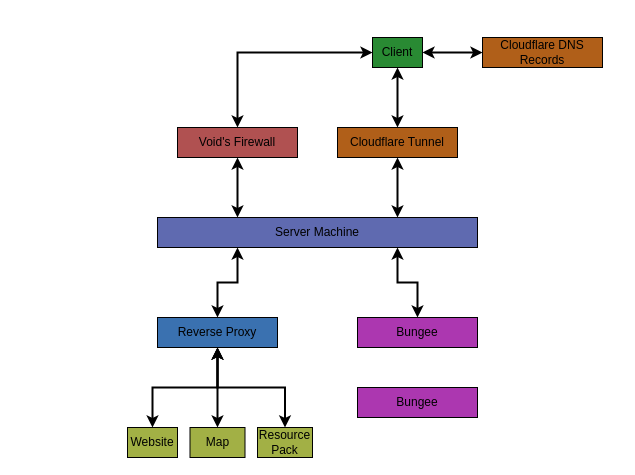
Before: image/infrastructure.drawio in metamechanists/MetaSite, a draw.io diagram. Source tidied: cells renumbered, new cells numbered last; positions are measured from the earlier drawing's top-left corner, leaving out a move shared by most shapes. Both pictures are drawn from the tidied source at 100%, with x=0, y=0 at pixel (127, 37).
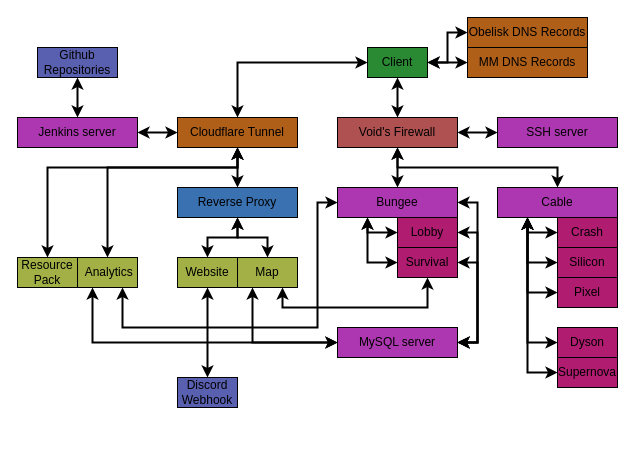
Above is the later version.

What changed in the source:
```diff
@@
-    <mxCell id="2" style="edgeStyle=orthogonalEdgeStyle;rounded=0;jettySize=auto;html=1;entryX=0.5;entryY=0;entryDx=0;entryDy=0;startArrow=classic;startFill=1;strokeWidth=2;" parent="1" edge="1" source="5" target="8">
-      <mxGeometry relative="1" as="geometry" />
+    <mxCell id="2" style="edgeStyle=orthogonalEdgeStyle;rounded=0;jettySize=auto;html=1;startArrow=classic;startFill=1;strokeWidth=2;" parent="1" edge="1" source="5">
+      <mxGeometry relative="1" as="geometry">
+        <mxPoint x="270" y="80" as="targetPoint" />
+      </mxGeometry>
     </mxCell>
@@
-    <mxCell id="4" style="edgeStyle=orthogonalEdgeStyle;rounded=0;jettySize=auto;html=1;strokeWidth=2;startArrow=classic;startFill=1;" parent="1" edge="1" source="5" target="10">
+    <mxCell id="4" style="edgeStyle=orthogonalEdgeStyle;rounded=0;jettySize=auto;html=1;strokeWidth=2;startArrow=classic;startFill=1;entryX=0.5;entryY=0;entryDx=0;entryDy=0;" parent="1" edge="1" source="5" target="8">
       <mxGeometry relative="1" as="geometry" />
     </mxCell>
+    <mxCell id="23" style="edgeStyle=orthogonalEdgeStyle;rounded=0;jettySize=auto;html=1;entryX=0;entryY=0.5;entryDx=0;entryDy=0;strokeWidth=2;startArrow=classic;startFill=1;" parent="1" edge="1" source="5" target="59">
+      <mxGeometry relative="1" as="geometry" />
+    </mxCell>
     <mxCell id="5" value="Client" style="rounded=0;whiteSpace=wrap;html=1;fillColor=#298A33;" parent="1" vertex="1">
-      <mxGeometry x="245" width="50" height="30" as="geometry" />
+      <mxGeometry x="240" y="10" width="60" height="30" as="geometry" />
     </mxCell>
-    <mxCell id="6" value="Cloudflare DNS Records" style="rounded=0;whiteSpace=wrap;html=1;fillColor=#B05F19;" parent="1" vertex="1">
-      <mxGeometry x="355" width="120" height="30" as="geometry" />
+    <mxCell id="6" value="MM DNS Records" style="rounded=0;whiteSpace=wrap;html=1;fillColor=#B05F19;" parent="1" vertex="1">
+      <mxGeometry x="340" y="10" width="120" height="30" as="geometry" />
     </mxCell>
-    <mxCell id="7" style="edgeStyle=orthogonalEdgeStyle;rounded=0;jettySize=auto;html=1;entryX=0.75;entryY=0;entryDx=0;entryDy=0;strokeWidth=2;startArrow=classic;startFill=1;" parent="1" edge="1" source="8" target="13">
-      <mxGeometry relative="1" as="geometry" />
-    </mxCell>
+    <mxCell id="24" style="edgeStyle=orthogonalEdgeStyle;rounded=0;jettySize=auto;html=1;entryX=0.5;entryY=0;entryDx=0;entryDy=0;strokeWidth=2;startArrow=classic;startFill=1;" parent="1" edge="1" source="8" target="51">
+      <mxGeometry relative="1" as="geometry">
+        <Array as="points">
+          <mxPoint x="110" y="130" />
+          <mxPoint x="-20" y="130" />
+        </Array>
+      </mxGeometry>
+    </mxCell>
+    <mxCell id="25" style="edgeStyle=orthogonalEdgeStyle;rounded=0;jettySize=auto;html=1;entryX=0.5;entryY=0;entryDx=0;entryDy=0;strokeWidth=2;startArrow=classic;startFill=1;" parent="1" edge="1" source="8" target="20">
+      <mxGeometry relative="1" as="geometry">
+        <Array as="points">
+          <mxPoint x="110" y="130" />
+          <mxPoint x="-80" y="130" />
+        </Array>
+      </mxGeometry>
+    </mxCell>
+    <mxCell id="26" style="edgeStyle=orthogonalEdgeStyle;rounded=0;jettySize=auto;html=1;entryX=1;entryY=0.5;entryDx=0;entryDy=0;strokeWidth=2;startArrow=classic;startFill=1;" parent="1" edge="1" source="8" target="58">
+      <mxGeometry relative="1" as="geometry" />
+    </mxCell>
     <mxCell id="8" value="Cloudflare Tunnel" style="rounded=0;whiteSpace=wrap;html=1;fillColor=#B05F19;" parent="1" vertex="1">
-      <mxGeometry x="210" y="90" width="120" height="30" as="geometry" />
+      <mxGeometry x="50" y="80" width="120" height="30" as="geometry" />
     </mxCell>
-    <mxCell id="9" style="edgeStyle=orthogonalEdgeStyle;rounded=0;jettySize=auto;html=1;entryX=0.25;entryY=0;entryDx=0;entryDy=0;strokeWidth=2;startArrow=classic;startFill=1;" parent="1" edge="1" source="10" target="13">
-      <mxGeometry relative="1" as="geometry" />
-    </mxCell>
+    <mxCell id="27" style="edgeStyle=orthogonalEdgeStyle;rounded=0;jettySize=auto;html=1;strokeWidth=2;startArrow=classic;startFill=1;" parent="1" edge="1" source="10" target="21">
+      <mxGeometry relative="1" as="geometry" />
+    </mxCell>
+    <mxCell id="28" style="edgeStyle=orthogonalEdgeStyle;rounded=0;jettySize=auto;html=1;strokeWidth=2;startArrow=classic;startFill=1;entryX=0.5;entryY=0;entryDx=0;entryDy=0;" parent="1" edge="1" source="10" target="44">
+      <mxGeometry relative="1" as="geometry">
+        <Array as="points">
+          <mxPoint x="270" y="130" />
+          <mxPoint x="430" y="130" />
+        </Array>
+      </mxGeometry>
+    </mxCell>
+    <mxCell id="29" style="edgeStyle=orthogonalEdgeStyle;rounded=0;jettySize=auto;html=1;strokeWidth=2;startArrow=classic;startFill=1;" parent="1" edge="1" source="10" target="56">
+      <mxGeometry relative="1" as="geometry" />
+    </mxCell>
     <mxCell id="10" value="Void's Firewall" style="rounded=0;whiteSpace=wrap;html=1;fillColor=#B05151;" parent="1" vertex="1">
-      <mxGeometry x="50" y="90" width="120" height="30" as="geometry" />
+      <mxGeometry x="210" y="80" width="120" height="30" as="geometry" />
     </mxCell>
-    <mxCell id="11" style="edgeStyle=orthogonalEdgeStyle;rounded=0;jettySize=auto;html=1;exitX=0.25;exitY=1;exitDx=0;exitDy=0;strokeWidth=2;startArrow=classic;startFill=1;" parent="1" edge="1" source="13" target="17">
+    <mxCell id="11" style="edgeStyle=orthogonalEdgeStyle;rounded=0;jettySize=auto;html=1;exitX=0.5;exitY=1;exitDx=0;exitDy=0;strokeWidth=2;startArrow=classic;startFill=1;" parent="1" edge="1" source="8" target="17">
       <mxGeometry relative="1" as="geometry" />
     </mxCell>
-    <mxCell id="12" style="edgeStyle=orthogonalEdgeStyle;rounded=0;jettySize=auto;html=1;exitX=0.75;exitY=1;exitDx=0;exitDy=0;strokeWidth=2;startArrow=classic;startFill=1;" parent="1" edge="1" source="13" target="21">
-      <mxGeometry relative="1" as="geometry" />
-    </mxCell>
-    <mxCell id="13" value="Server Machine" style="rounded=0;whiteSpace=wrap;html=1;fillColor=#5F6AB0;fontStyle=0;" parent="1" vertex="1">
-      <mxGeometry x="30" y="180" width="320" height="30" as="geometry" />
-    </mxCell>
-    <mxCell id="14" style="edgeStyle=orthogonalEdgeStyle;rounded=0;jettySize=auto;html=1;strokeWidth=2;startArrow=classic;startFill=1;" parent="1" edge="1" source="17" target="18">
-      <mxGeometry relative="1" as="geometry" />
-    </mxCell>
-    <mxCell id="15" style="edgeStyle=orthogonalEdgeStyle;rounded=0;jettySize=auto;html=1;strokeWidth=2;startArrow=classic;startFill=1;" parent="1" edge="1" source="17" target="19">
-      <mxGeometry relative="1" as="geometry" />
-    </mxCell>
-    <mxCell id="16" style="edgeStyle=orthogonalEdgeStyle;rounded=0;jettySize=auto;html=1;entryX=0.5;entryY=0;entryDx=0;entryDy=0;strokeWidth=2;startArrow=classic;startFill=1;" parent="1" edge="1" source="17" target="20">
-      <mxGeometry relative="1" as="geometry" />
-    </mxCell>
     <mxCell id="17" value="Reverse Proxy" style="rounded=0;whiteSpace=wrap;html=1;fillColor=#3A71B0;fontStyle=0;" parent="1" vertex="1">
-      <mxGeometry x="30" y="280" width="120" height="30" as="geometry" />
+      <mxGeometry x="50" y="150" width="120" height="30" as="geometry" />
     </mxCell>
+    <mxCell id="30" style="edgeStyle=orthogonalEdgeStyle;rounded=0;jettySize=auto;html=1;strokeWidth=2;startArrow=classic;startFill=1;" parent="1" edge="1" source="18" target="17">
+      <mxGeometry relative="1" as="geometry" />
+    </mxCell>
     <mxCell id="18" value="Map" style="rounded=0;whiteSpace=wrap;html=1;fillColor=#A2B045;fontStyle=0;" parent="1" vertex="1">
-      <mxGeometry x="62.5" y="390" width="55" height="30" as="geometry" />
+      <mxGeometry x="110" y="220" width="60" height="30" as="geometry" />
     </mxCell>
+    <mxCell id="31" style="edgeStyle=orthogonalEdgeStyle;rounded=0;jettySize=auto;html=1;entryX=0.5;entryY=1;entryDx=0;entryDy=0;strokeWidth=2;startArrow=classic;startFill=1;exitX=0.5;exitY=0;exitDx=0;exitDy=0;" parent="1" edge="1" source="19" target="17">
+      <mxGeometry relative="1" as="geometry">
+        <Array as="points">
+          <mxPoint x="80" y="200" />
+          <mxPoint x="110" y="200" />
+        </Array>
+      </mxGeometry>
+    </mxCell>
+    <mxCell id="32" style="edgeStyle=orthogonalEdgeStyle;rounded=0;jettySize=auto;html=1;entryX=0.5;entryY=0;entryDx=0;entryDy=0;strokeWidth=2;startArrow=classic;startFill=1;" parent="1" edge="1" source="19" target="60">
+      <mxGeometry relative="1" as="geometry" />
+    </mxCell>
     <mxCell id="19" value="Website" style="rounded=0;whiteSpace=wrap;html=1;fillColor=#A2B045;fontStyle=0;" parent="1" vertex="1">
-      <mxGeometry y="390" width="50" height="30" as="geometry" />
+      <mxGeometry x="50" y="220" width="60" height="30" as="geometry" />
     </mxCell>
     <mxCell id="20" value="Resource&lt;br&gt;Pack" style="rounded=0;whiteSpace=wrap;html=1;fillColor=#A2B045;fontStyle=0;" parent="1" vertex="1">
-      <mxGeometry x="130" y="390" width="55" height="30" as="geometry" />
+      <mxGeometry x="-110" y="220" width="60" height="30" as="geometry" />
     </mxCell>
+    <mxCell id="33" style="edgeStyle=orthogonalEdgeStyle;rounded=0;jettySize=auto;html=1;exitX=0.25;exitY=1;exitDx=0;exitDy=0;entryX=0;entryY=0.5;entryDx=0;entryDy=0;strokeWidth=2;startArrow=classic;startFill=1;" parent="1" edge="1" source="21" target="22">
+      <mxGeometry relative="1" as="geometry">
+        <Array as="points">
+          <mxPoint x="240" y="195" />
+        </Array>
+      </mxGeometry>
+    </mxCell>
+    <mxCell id="34" style="edgeStyle=orthogonalEdgeStyle;rounded=0;jettySize=auto;html=1;exitX=0.25;exitY=1;exitDx=0;exitDy=0;entryX=0;entryY=0.5;entryDx=0;entryDy=0;strokeWidth=2;startArrow=classic;startFill=1;" parent="1" edge="1" source="21" target="38">
+      <mxGeometry relative="1" as="geometry" />
+    </mxCell>
     <mxCell id="21" value="Bungee" style="rounded=0;whiteSpace=wrap;html=1;fillColor=#AC37B0;fontStyle=0;" parent="1" vertex="1">
-      <mxGeometry x="230" y="280" width="120" height="30" as="geometry" />
+      <mxGeometry x="210" y="150" width="120" height="30" as="geometry" />
     </mxCell>
+    <mxCell id="35" style="edgeStyle=orthogonalEdgeStyle;rounded=0;jettySize=auto;html=1;entryX=1;entryY=0.5;entryDx=0;entryDy=0;strokeWidth=2;startArrow=classic;startFill=1;" parent="1" edge="1" source="22" target="55">
+      <mxGeometry relative="1" as="geometry">
+        <Array as="points">
+          <mxPoint x="350" y="195" />
+          <mxPoint x="350" y="305" />
+        </Array>
+      </mxGeometry>
+    </mxCell>
-    <mxCell id="22" value="Bungee" style="rounded=0;whiteSpace=wrap;html=1;fillColor=#AC37B0;fontStyle=0;" parent="1" vertex="1">
-      <mxGeometry x="230" y="350" width="120" height="30" as="geometry" />
+    <mxCell id="22" value="Lobby" style="rounded=0;whiteSpace=wrap;html=1;fillColor=#B01C70;fontStyle=0;" parent="1" vertex="1">
+      <mxGeometry x="270" y="180" width="60" height="30" as="geometry" />
     </mxCell>
+    <mxCell id="36" style="edgeStyle=orthogonalEdgeStyle;rounded=0;jettySize=auto;html=1;strokeWidth=2;startArrow=classic;startFill=1;entryX=0.75;entryY=1;entryDx=0;entryDy=0;" parent="1" edge="1" source="38" target="18">
+      <mxGeometry relative="1" as="geometry">
+        <Array as="points">
+          <mxPoint x="300" y="270" />
+          <mxPoint x="155" y="270" />
+        </Array>
+      </mxGeometry>
+    </mxCell>
+    <mxCell id="37" style="edgeStyle=orthogonalEdgeStyle;rounded=0;jettySize=auto;html=1;entryX=1;entryY=0.5;entryDx=0;entryDy=0;strokeWidth=2;startArrow=classic;startFill=1;" parent="1" edge="1" source="38" target="55">
+      <mxGeometry relative="1" as="geometry">
+        <Array as="points">
+          <mxPoint x="350" y="225" />
+          <mxPoint x="350" y="305" />
+        </Array>
+      </mxGeometry>
+    </mxCell>
+    <mxCell id="38" value="Survival" style="rounded=0;whiteSpace=wrap;html=1;fillColor=#B01C70;fontStyle=0;" parent="1" vertex="1">
+      <mxGeometry x="270" y="210" width="60" height="30" as="geometry" />
+    </mxCell>
+    <mxCell id="39" style="edgeStyle=orthogonalEdgeStyle;rounded=0;jettySize=auto;html=1;exitX=0.25;exitY=1;exitDx=0;exitDy=0;entryX=0;entryY=0.5;entryDx=0;entryDy=0;strokeWidth=2;startArrow=classic;startFill=1;" parent="1" edge="1" source="44" target="46">
+      <mxGeometry relative="1" as="geometry">
+        <Array as="points">
+          <mxPoint x="400" y="195" />
+        </Array>
+      </mxGeometry>
+    </mxCell>
+    <mxCell id="40" style="edgeStyle=orthogonalEdgeStyle;rounded=0;jettySize=auto;html=1;exitX=0.25;exitY=1;exitDx=0;exitDy=0;entryX=0;entryY=0.5;entryDx=0;entryDy=0;strokeWidth=2;startArrow=classic;startFill=1;" parent="1" edge="1" source="44" target="45">
+      <mxGeometry relative="1" as="geometry" />
+    </mxCell>
+    <mxCell id="41" style="edgeStyle=orthogonalEdgeStyle;rounded=0;jettySize=auto;html=1;exitX=0.25;exitY=1;exitDx=0;exitDy=0;entryX=0;entryY=0.5;entryDx=0;entryDy=0;strokeWidth=2;startArrow=classic;startFill=1;" parent="1" edge="1" source="44" target="47">
+      <mxGeometry relative="1" as="geometry" />
+    </mxCell>
+    <mxCell id="42" style="edgeStyle=orthogonalEdgeStyle;rounded=0;jettySize=auto;html=1;exitX=0.25;exitY=1;exitDx=0;exitDy=0;entryX=0;entryY=0.5;entryDx=0;entryDy=0;strokeWidth=2;startArrow=classic;startFill=1;" parent="1" edge="1" source="44" target="48">
+      <mxGeometry relative="1" as="geometry" />
+    </mxCell>
+    <mxCell id="43" style="edgeStyle=orthogonalEdgeStyle;rounded=0;jettySize=auto;html=1;exitX=0.25;exitY=1;exitDx=0;exitDy=0;entryX=0;entryY=0.5;entryDx=0;entryDy=0;strokeWidth=2;startArrow=classic;startFill=1;" parent="1" edge="1" source="44" target="49">
+      <mxGeometry relative="1" as="geometry" />
+    </mxCell>
+    <mxCell id="44" value="Cable" style="rounded=0;whiteSpace=wrap;html=1;fillColor=#AC37B0;fontStyle=0;" parent="1" vertex="1">
+      <mxGeometry x="370" y="150" width="120" height="30" as="geometry" />
+    </mxCell>
+    <mxCell id="45" value="Silicon" style="rounded=0;whiteSpace=wrap;html=1;fillColor=#B01C70;fontStyle=0;" parent="1" vertex="1">
+      <mxGeometry x="430" y="210" width="60" height="30" as="geometry" />
+    </mxCell>
+    <mxCell id="46" value="Crash" style="rounded=0;whiteSpace=wrap;html=1;fillColor=#B01C70;fontStyle=0;" parent="1" vertex="1">
+      <mxGeometry x="430" y="180" width="60" height="30" as="geometry" />
+    </mxCell>
+    <mxCell id="47" value="Pixel" style="rounded=0;whiteSpace=wrap;html=1;fillColor=#B01C70;fontStyle=0;" parent="1" vertex="1">
+      <mxGeometry x="430" y="240" width="60" height="30" as="geometry" />
+    </mxCell>
+    <mxCell id="48" value="Dyson" style="rounded=0;whiteSpace=wrap;html=1;fillColor=#B01C70;fontStyle=0;" parent="1" vertex="1">
+      <mxGeometry x="430" y="290" width="60" height="30" as="geometry" />
+    </mxCell>
+    <mxCell id="49" value="Supernova" style="rounded=0;whiteSpace=wrap;html=1;fillColor=#B01C70;fontStyle=0;" parent="1" vertex="1">
+      <mxGeometry x="430" y="320" width="60" height="30" as="geometry" />
+    </mxCell>
+    <mxCell id="50" style="edgeStyle=orthogonalEdgeStyle;rounded=0;jettySize=auto;html=1;exitX=0.75;exitY=1;exitDx=0;exitDy=0;entryX=0;entryY=0.5;entryDx=0;entryDy=0;strokeWidth=2;startArrow=classic;startFill=1;" parent="1" edge="1" source="51" target="21">
+      <mxGeometry relative="1" as="geometry">
+        <Array as="points">
+          <mxPoint x="-5" y="290" />
+          <mxPoint x="190" y="290" />
+          <mxPoint x="190" y="165" />
+        </Array>
+      </mxGeometry>
+    </mxCell>
+    <mxCell id="51" value="&amp;nbsp;Analytics" style="rounded=0;whiteSpace=wrap;html=1;fillColor=#A2B045;fontStyle=0;" parent="1" vertex="1">
+      <mxGeometry x="-50" y="220" width="60" height="30" as="geometry" />
+    </mxCell>
+    <mxCell id="52" style="edgeStyle=orthogonalEdgeStyle;rounded=0;jettySize=auto;html=1;entryX=1;entryY=0.5;entryDx=0;entryDy=0;strokeWidth=2;startArrow=classic;startFill=1;" parent="1" edge="1" source="55" target="21">
+      <mxGeometry relative="1" as="geometry">
+        <Array as="points">
+          <mxPoint x="350" y="305" />
+          <mxPoint x="350" y="165" />
+        </Array>
+      </mxGeometry>
+    </mxCell>
+    <mxCell id="53" style="edgeStyle=orthogonalEdgeStyle;rounded=0;jettySize=auto;html=1;entryX=0.25;entryY=1;entryDx=0;entryDy=0;strokeWidth=2;startArrow=classic;startFill=1;" parent="1" edge="1" source="55" target="51">
+      <mxGeometry relative="1" as="geometry" />
+    </mxCell>
+    <mxCell id="54" style="edgeStyle=orthogonalEdgeStyle;rounded=0;jettySize=auto;html=1;entryX=0.25;entryY=1;entryDx=0;entryDy=0;strokeWidth=2;startArrow=classic;startFill=1;" parent="1" edge="1" source="55" target="18">
+      <mxGeometry relative="1" as="geometry" />
+    </mxCell>
+    <mxCell id="55" value="MySQL server" style="rounded=0;whiteSpace=wrap;html=1;fillColor=#AC37B0;fontStyle=0;" parent="1" vertex="1">
+      <mxGeometry x="210" y="290" width="120" height="30" as="geometry" />
+    </mxCell>
+    <mxCell id="56" value="SSH server" style="rounded=0;whiteSpace=wrap;html=1;fillColor=#AC37B0;fontStyle=0;" parent="1" vertex="1">
+      <mxGeometry x="370" y="80" width="120" height="30" as="geometry" />
+    </mxCell>
+    <mxCell id="57" style="edgeStyle=orthogonalEdgeStyle;rounded=0;jettySize=auto;html=1;entryX=0.5;entryY=1;entryDx=0;entryDy=0;strokeWidth=2;startArrow=classic;startFill=1;" parent="1" edge="1" source="58" target="61">
+      <mxGeometry relative="1" as="geometry" />
+    </mxCell>
+    <mxCell id="58" value="Jenkins server" style="rounded=0;whiteSpace=wrap;html=1;fillColor=#AC37B0;fontStyle=0;" parent="1" vertex="1">
+      <mxGeometry x="-110" y="80" width="120" height="30" as="geometry" />
+    </mxCell>
+    <mxCell id="59" value="Obelisk DNS Records" style="rounded=0;whiteSpace=wrap;html=1;fillColor=#B05F19;" parent="1" vertex="1">
+      <mxGeometry x="340" y="-20" width="120" height="30" as="geometry" />
+    </mxCell>
+    <mxCell id="60" value="Discord Webhook" style="rounded=0;whiteSpace=wrap;html=1;fillColor=#5A60B0;fontStyle=0;" parent="1" vertex="1">
+      <mxGeometry x="50" y="340" width="60" height="30" as="geometry" />
+    </mxCell>
+    <mxCell id="61" value="Github Repositories" style="rounded=0;whiteSpace=wrap;html=1;fillColor=#5A60B0;fontStyle=0;" parent="1" vertex="1">
+      <mxGeometry x="-90" y="10" width="80" height="30" as="geometry" />
+    </mxCell>
```
